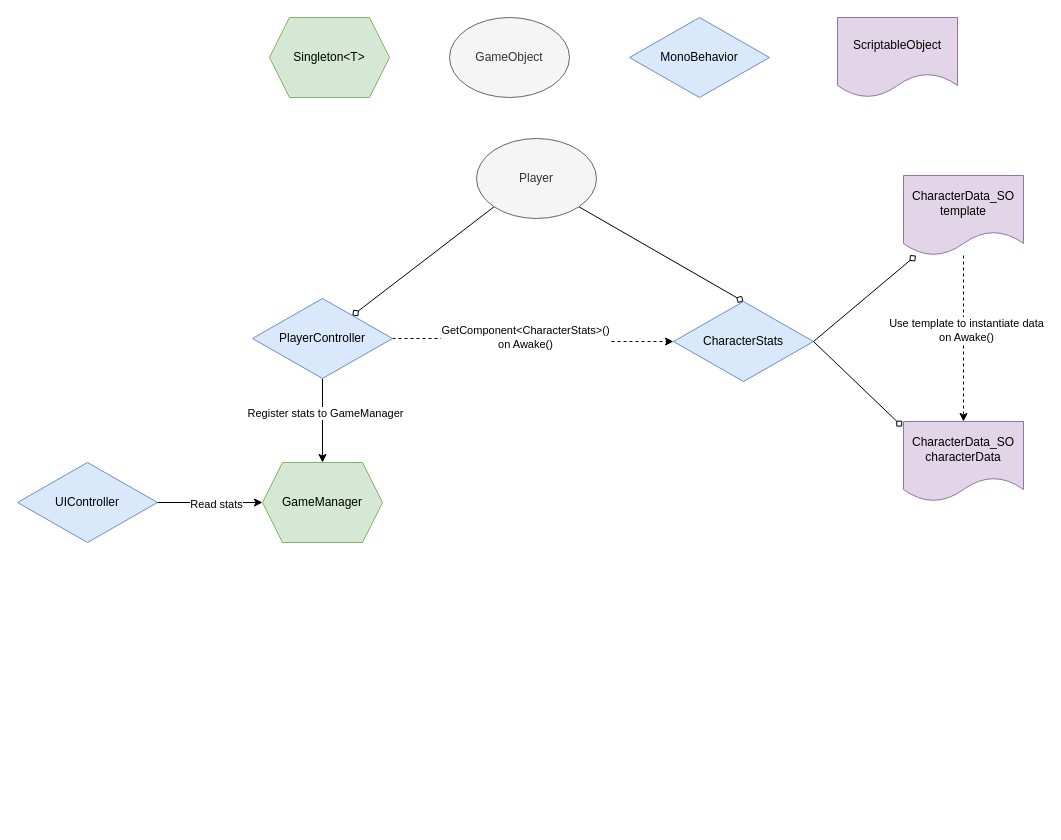
lancelodliu/draw.io keeps this draw.io diagram as RunRunRun.drawio. Above is the earlier version. Source tidied: cells renumbered, new cells numbered last; positions are measured from the earlier drawing's top-left corner, leaving out a move shared by most shapes. Both pictures are drawn from the tidied source at 100%, with x=0, y=0 at pixel (17, 17).
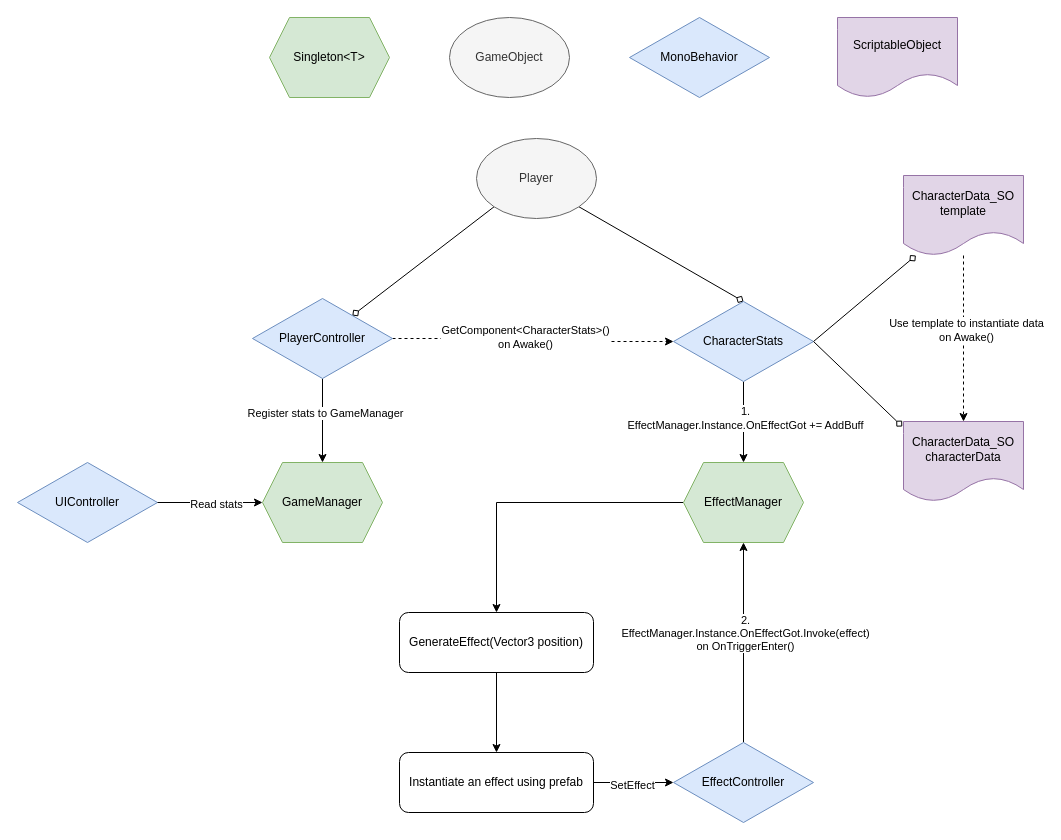
After the change.

The change refers to these unchanged cells:
```xml
<mxCell id="11" value="CharacterStats" style="rhombus;whiteSpace=wrap;html=1;fillColor=#dae8fc;strokeColor=#6c8ebf;" parent="1" vertex="1">
  <mxGeometry x="656" y="284" width="140" height="80" as="geometry" />
</mxCell>
```

Change to the diagram source:
```diff
@@
+    <mxCell id="25" style="edgeStyle=orthogonalEdgeStyle;rounded=0;jettySize=auto;html=1;exitX=0.5;exitY=1;exitDx=0;exitDy=0;entryX=0.5;entryY=0;entryDx=0;entryDy=0;" parent="1" edge="1" source="11" target="28">
+      <mxGeometry relative="1" as="geometry" />
+    </mxCell>
+    <mxCell id="26" value="&lt;div&gt;1.&lt;/div&gt;EffectManager.Instance.OnEffectGot += AddBuff" style="edgeLabel;html=1;align=center;verticalAlign=middle;" parent="25" vertex="1">
+      <mxGeometry x="-0.12" y="1" relative="1" as="geometry" />
+    </mxCell>
@@
+    <mxCell id="27" style="edgeStyle=orthogonalEdgeStyle;rounded=0;jettySize=auto;html=1;exitX=0;exitY=0.5;exitDx=0;exitDy=0;" parent="1" edge="1" source="28" target="33">
+      <mxGeometry relative="1" as="geometry" />
+    </mxCell>
+    <mxCell id="28" value="EffectManager" style="shape=hexagon;perimeter=hexagonPerimeter2;whiteSpace=wrap;html=1;fixedSize=1;fillColor=#d5e8d4;strokeColor=#82b366;" parent="1" vertex="1">
+      <mxGeometry x="666" y="445" width="120" height="80" as="geometry" />
+    </mxCell>
+    <mxCell id="29" style="edgeStyle=orthogonalEdgeStyle;rounded=0;jettySize=auto;html=1;" parent="1" edge="1" source="31" target="28">
+      <mxGeometry relative="1" as="geometry" />
+    </mxCell>
+    <mxCell id="30" value="&lt;div&gt;2.&lt;/div&gt;EffectManager.Instance.OnEffectGot.Invoke(effect)&lt;div&gt;on OnTriggerEnter()&lt;br&gt;&lt;/div&gt;" style="edgeLabel;html=1;align=center;verticalAlign=middle;" parent="29" vertex="1">
+      <mxGeometry x="0.1" y="-1" relative="1" as="geometry" />
+    </mxCell>
+    <mxCell id="31" value="EffectController" style="rhombus;whiteSpace=wrap;html=1;fillColor=#dae8fc;strokeColor=#6c8ebf;" parent="1" vertex="1">
+      <mxGeometry x="656" y="725" width="140" height="80" as="geometry" />
+    </mxCell>
+    <mxCell id="32" style="edgeStyle=orthogonalEdgeStyle;rounded=0;jettySize=auto;html=1;" parent="1" edge="1" source="33" target="36">
+      <mxGeometry relative="1" as="geometry" />
+    </mxCell>
+    <mxCell id="33" value="GenerateEffect(Vector3 position)" style="rounded=1;whiteSpace=wrap;html=1;" parent="1" vertex="1">
+      <mxGeometry x="382" y="595" width="194" height="60" as="geometry" />
+    </mxCell>
+    <mxCell id="34" style="edgeStyle=orthogonalEdgeStyle;rounded=0;jettySize=auto;html=1;exitX=1;exitY=0.5;exitDx=0;exitDy=0;entryX=0;entryY=0.5;entryDx=0;entryDy=0;" parent="1" edge="1" source="36" target="31">
+      <mxGeometry relative="1" as="geometry" />
+    </mxCell>
+    <mxCell id="35" value="SetEffect" style="edgeLabel;html=1;align=center;verticalAlign=middle;" parent="34" vertex="1">
+      <mxGeometry x="-0.06" y="-2" relative="1" as="geometry" />
+    </mxCell>
+    <mxCell id="36" value="Instantiate an effect using prefab" style="rounded=1;whiteSpace=wrap;html=1;" parent="1" vertex="1">
+      <mxGeometry x="382" y="735" width="194" height="60" as="geometry" />
+    </mxCell>
```
